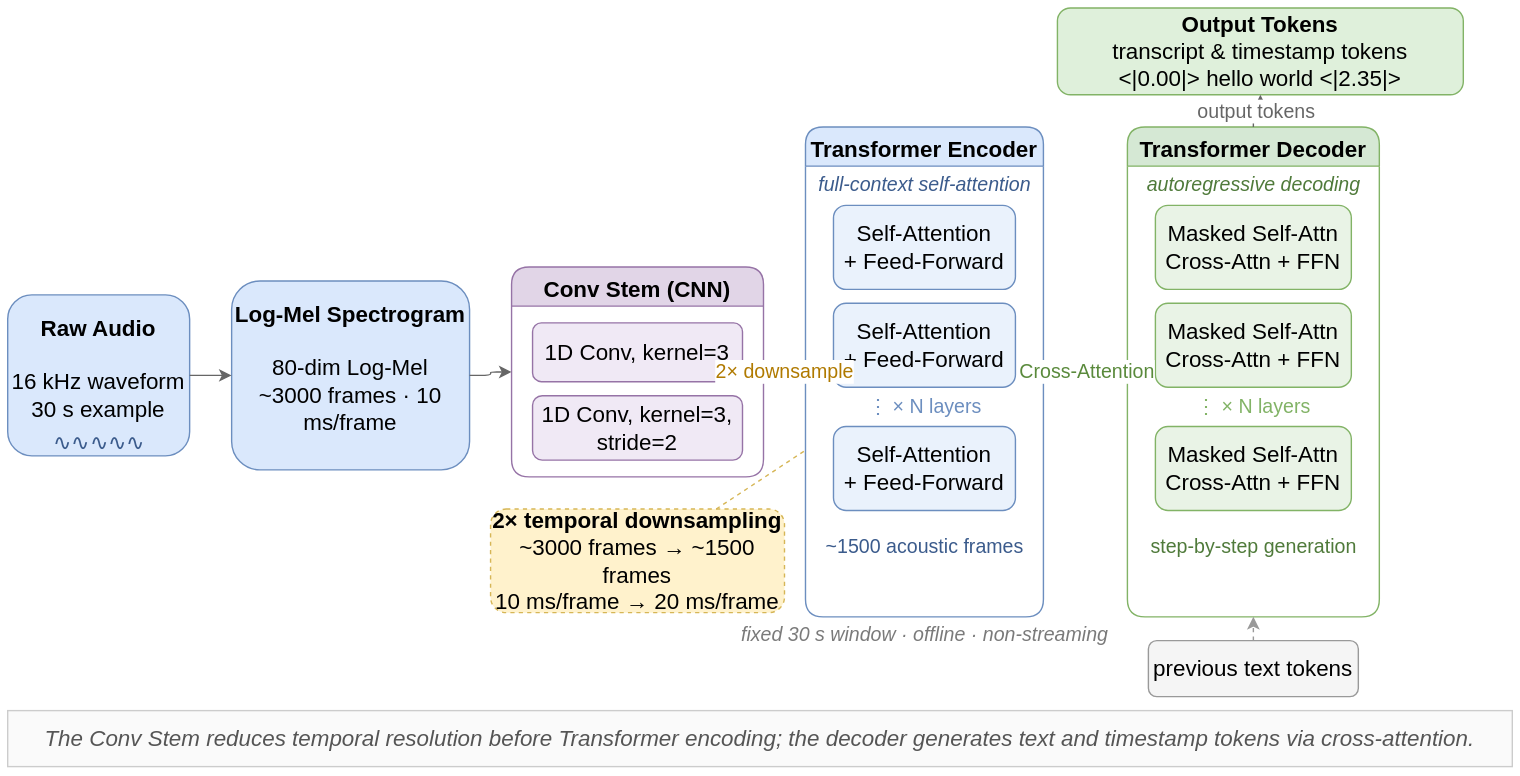
Above: paper/tougao_new/3次调整/attach/drawprompt/pic1.drawio.svg in hua0424/streamllm (draw.io), before the change. Source tidied: cells renumbered, new cells last; positions are measured from the earlier drawing's top-left corner, leaving out a move shared by most shapes. Source of this version:
```xml
<mxGraphModel>
  <root>
    <mxCell id="0" />
    <mxCell id="1" parent="0" />
    <mxCell id="2" value="&lt;font face=&quot;Helvetica&quot; style=&quot;font-size: 16px;&quot;&gt;&lt;b style=&quot;&quot;&gt;Raw Audio&lt;/b&gt;&lt;br&gt;&lt;br&gt;16 kHz waveform&lt;br&gt;30 s example&lt;/font&gt;" style="rounded=1;whiteSpace=wrap;html=1;fillColor=#dae8fc;strokeColor=#6c8ebf;align=center;verticalAlign=top;spacingTop=8;fontSize=12;" parent="1" vertex="1">
      <mxGeometry y="205" width="130" height="115" as="geometry" />
    </mxCell>
    <mxCell id="3" value="∿∿∿∿∿" style="text;html=1;align=center;verticalAlign=middle;fontSize=16;fontColor=#3b5b8c;" parent="1" vertex="1">
      <mxGeometry x="15" y="290" width="100" height="40" as="geometry" />
    </mxCell>
    <mxCell id="4" value="&lt;font face=&quot;Helvetica&quot; style=&quot;font-size: 16px;&quot;&gt;&lt;b style=&quot;&quot;&gt;Log-Mel Spectrogram&lt;/b&gt;&lt;br&gt;&lt;br&gt;80-dim Log-Mel&lt;br&gt;~3000 frames · 10 ms/frame&lt;/font&gt;" style="rounded=1;whiteSpace=wrap;html=1;fillColor=#dae8fc;strokeColor=#6c8ebf;align=center;verticalAlign=top;spacingTop=8;fontSize=12;" parent="1" vertex="1">
      <mxGeometry x="160" y="195" width="170" height="135" as="geometry" />
    </mxCell>
    <mxCell id="5" value="&lt;font face=&quot;Helvetica&quot; style=&quot;font-size: 16px;&quot;&gt;Conv Stem (CNN)&lt;/font&gt;" style="swimlane;rounded=1;whiteSpace=wrap;html=1;fillColor=#e1d5e7;strokeColor=#9673a6;startSize=28;fontSize=12;fontStyle=1;align=center;verticalAlign=top;" parent="1" vertex="1">
      <mxGeometry x="360" y="185" width="180" height="150" as="geometry" />
    </mxCell>
    <mxCell id="6" value="&lt;font face=&quot;Helvetica&quot; style=&quot;font-size: 16px;&quot;&gt;1D Conv, kernel=3&lt;/font&gt;" style="rounded=1;whiteSpace=wrap;html=1;fillColor=#f0e9f5;strokeColor=#9673a6;fontSize=11;" parent="5" vertex="1">
      <mxGeometry x="15" y="40" width="150" height="42" as="geometry" />
    </mxCell>
    <mxCell id="7" value="&lt;font face=&quot;Helvetica&quot; style=&quot;font-size: 16px;&quot;&gt;1D Conv, kernel=3, stride=2&lt;/font&gt;" style="rounded=1;whiteSpace=wrap;html=1;fillColor=#f0e9f5;strokeColor=#9673a6;fontSize=11;" parent="5" vertex="1">
      <mxGeometry x="15" y="92" width="150" height="46" as="geometry" />
    </mxCell>
    <mxCell id="8" value="&lt;font face=&quot;Helvetica&quot; style=&quot;font-size: 16px;&quot;&gt;&lt;b&gt;2× temporal downsampling&lt;/b&gt;&lt;br&gt;~3000 frames → ~1500 frames&lt;br&gt;10 ms/frame → 20 ms/frame&lt;/font&gt;" style="rounded=1;whiteSpace=wrap;html=1;fillColor=#fff2cc;strokeColor=#d6b656;dashed=1;align=center;fontSize=11;" parent="1" vertex="1">
      <mxGeometry x="345" y="358" width="210" height="74" as="geometry" />
    </mxCell>
    <mxCell id="9" value="&lt;font face=&quot;Helvetica&quot; style=&quot;font-size: 16px;&quot;&gt;Transformer Encoder&lt;/font&gt;" style="swimlane;rounded=1;whiteSpace=wrap;html=1;fillColor=#dae8fc;strokeColor=#6c8ebf;startSize=28;fontSize=13;fontStyle=1;align=center;verticalAlign=top;" parent="1" vertex="1">
      <mxGeometry x="570" y="85" width="170" height="350" as="geometry" />
    </mxCell>
    <mxCell id="10" value="&lt;font face=&quot;Helvetica&quot; style=&quot;font-size: 14px;&quot;&gt;full-context self-attention&lt;/font&gt;" style="text;html=1;align=center;verticalAlign=middle;fontSize=11;fontColor=#3b5b8c;fontStyle=2;" parent="9" vertex="1">
      <mxGeometry x="10" y="32" width="150" height="18" as="geometry" />
    </mxCell>
    <mxCell id="11" value="&lt;font face=&quot;Helvetica&quot; style=&quot;font-size: 16px;&quot;&gt;Self-Attention&lt;br&gt;+ Feed-Forward&lt;/font&gt;" style="rounded=1;whiteSpace=wrap;html=1;fillColor=#eaf2fc;strokeColor=#6c8ebf;fontSize=11;" parent="9" vertex="1">
      <mxGeometry x="20" y="56" width="130" height="60" as="geometry" />
    </mxCell>
    <mxCell id="12" value="&lt;font face=&quot;Helvetica&quot; style=&quot;font-size: 16px;&quot;&gt;Self-Attention&lt;br&gt;+ Feed-Forward&lt;/font&gt;" style="rounded=1;whiteSpace=wrap;html=1;fillColor=#eaf2fc;strokeColor=#6c8ebf;fontSize=11;" parent="9" vertex="1">
      <mxGeometry x="20" y="126" width="130" height="60" as="geometry" />
    </mxCell>
    <mxCell id="13" value="&lt;font face=&quot;Helvetica&quot; style=&quot;font-size: 14px;&quot;&gt;⋮  × N layers&lt;/font&gt;" style="text;html=1;align=center;verticalAlign=middle;fontSize=11;fontColor=#6c8ebf;" parent="9" vertex="1">
      <mxGeometry x="20" y="190" width="130" height="20" as="geometry" />
    </mxCell>
    <mxCell id="14" value="&lt;font face=&quot;Helvetica&quot; style=&quot;font-size: 16px;&quot;&gt;Self-Attention&lt;br&gt;+ Feed-Forward&lt;/font&gt;" style="rounded=1;whiteSpace=wrap;html=1;fillColor=#eaf2fc;strokeColor=#6c8ebf;fontSize=11;" parent="9" vertex="1">
      <mxGeometry x="20" y="214" width="130" height="60" as="geometry" />
    </mxCell>
    <mxCell id="15" value="&lt;font face=&quot;Helvetica&quot; style=&quot;font-size: 14px;&quot;&gt;~1500 acoustic frames&lt;/font&gt;" style="text;html=1;align=center;verticalAlign=middle;fontSize=11;fontColor=#3b5b8c;" parent="9" vertex="1">
      <mxGeometry x="10" y="285" width="150" height="30" as="geometry" />
    </mxCell>
    <mxCell id="16" value="&lt;font face=&quot;Helvetica&quot; style=&quot;font-size: 14px;&quot;&gt;fixed 30 s window · offline · non-streaming&lt;/font&gt;" style="text;html=1;align=center;verticalAlign=middle;fontSize=11;fontColor=#7a7a7a;fontStyle=2;" parent="1" vertex="1">
      <mxGeometry x="560" y="440" width="190" height="16" as="geometry" />
    </mxCell>
    <mxCell id="17" value="&lt;font face=&quot;Helvetica&quot; style=&quot;font-size: 16px;&quot;&gt;Transformer Decoder&lt;/font&gt;" style="swimlane;rounded=1;whiteSpace=wrap;html=1;fillColor=#d5e8d4;strokeColor=#82b366;startSize=28;fontSize=13;fontStyle=1;align=center;verticalAlign=top;" parent="1" vertex="1">
      <mxGeometry x="800" y="85" width="180" height="350" as="geometry" />
    </mxCell>
    <mxCell id="18" value="&lt;font face=&quot;Helvetica&quot; style=&quot;font-size: 14px;&quot;&gt;autoregressive decoding&lt;/font&gt;" style="text;html=1;align=center;verticalAlign=middle;fontSize=11;fontColor=#4f7a3a;fontStyle=2;" parent="17" vertex="1">
      <mxGeometry x="10" y="32" width="160" height="18" as="geometry" />
    </mxCell>
    <mxCell id="19" value="&lt;font face=&quot;Helvetica&quot; style=&quot;font-size: 16px;&quot;&gt;Masked Self-Attn&lt;br&gt;Cross-Attn + FFN&lt;/font&gt;" style="rounded=1;whiteSpace=wrap;html=1;fillColor=#e9f3e6;strokeColor=#82b366;fontSize=11;" parent="17" vertex="1">
      <mxGeometry x="20" y="56" width="140" height="60" as="geometry" />
    </mxCell>
    <mxCell id="20" value="&lt;font face=&quot;Helvetica&quot; style=&quot;font-size: 16px;&quot;&gt;Masked Self-Attn&lt;br&gt;Cross-Attn + FFN&lt;/font&gt;" style="rounded=1;whiteSpace=wrap;html=1;fillColor=#e9f3e6;strokeColor=#82b366;fontSize=11;" parent="17" vertex="1">
      <mxGeometry x="20" y="126" width="140" height="60" as="geometry" />
    </mxCell>
    <mxCell id="21" value="&lt;font face=&quot;Helvetica&quot; style=&quot;font-size: 14px;&quot;&gt;⋮  × N layers&lt;/font&gt;" style="text;html=1;align=center;verticalAlign=middle;fontSize=11;fontColor=#82b366;" parent="17" vertex="1">
      <mxGeometry x="20" y="190" width="140" height="20" as="geometry" />
    </mxCell>
    <mxCell id="22" value="&lt;font face=&quot;Helvetica&quot; style=&quot;font-size: 16px;&quot;&gt;Masked Self-Attn&lt;br&gt;Cross-Attn + FFN&lt;/font&gt;" style="rounded=1;whiteSpace=wrap;html=1;fillColor=#e9f3e6;strokeColor=#82b366;fontSize=11;" parent="17" vertex="1">
      <mxGeometry x="20" y="214" width="140" height="60" as="geometry" />
    </mxCell>
    <mxCell id="23" value="&lt;font face=&quot;Helvetica&quot; style=&quot;font-size: 14px;&quot;&gt;step-by-step generation&lt;/font&gt;" style="text;html=1;align=center;verticalAlign=middle;fontSize=11;fontColor=#4f7a3a;" parent="17" vertex="1">
      <mxGeometry x="10" y="285" width="160" height="30" as="geometry" />
    </mxCell>
    <mxCell id="24" value="&lt;font face=&quot;Helvetica&quot; style=&quot;font-size: 16px;&quot;&gt;previous text tokens&lt;/font&gt;" style="rounded=1;whiteSpace=wrap;html=1;fillColor=#f5f5f5;strokeColor=#999999;fontSize=11;" parent="1" vertex="1">
      <mxGeometry x="815" y="452" width="150" height="40" as="geometry" />
    </mxCell>
    <mxCell id="25" value="&lt;font face=&quot;Helvetica&quot; style=&quot;font-size: 16px;&quot;&gt;&lt;b&gt;Output Tokens&lt;/b&gt;&lt;br&gt;transcript &amp;amp; timestamp tokens&lt;br&gt;&amp;lt;|0.00|&amp;gt; hello world &amp;lt;|2.35|&amp;gt;&lt;/font&gt;" style="rounded=1;whiteSpace=wrap;html=1;fillColor=#dff0db;strokeColor=#82b366;align=center;verticalAlign=middle;fontSize=11;" parent="1" vertex="1">
      <mxGeometry x="750" width="290" height="62" as="geometry" />
    </mxCell>
    <mxCell id="26" value="&lt;font face=&quot;Helvetica&quot; style=&quot;font-size: 16px;&quot;&gt;The Conv Stem reduces temporal resolution before Transformer encoding; the decoder generates text and timestamp tokens via cross-attention.&lt;/font&gt;" style="rounded=0;whiteSpace=wrap;html=1;fillColor=#fafafa;strokeColor=#cccccc;align=center;verticalAlign=middle;fontSize=11;fontStyle=2;fontColor=#555555;" parent="1" vertex="1">
      <mxGeometry y="502" width="1075" height="40" as="geometry" />
    </mxCell>
    <mxCell id="27" style="edgeStyle=orthogonalEdgeStyle;rounded=1;html=1;endArrow=classic;strokeColor=#666666;" parent="1" edge="1" source="2" target="4">
      <mxGeometry relative="1" as="geometry" />
    </mxCell>
    <mxCell id="28" style="edgeStyle=orthogonalEdgeStyle;rounded=1;html=1;endArrow=classic;strokeColor=#666666;" parent="1" edge="1" source="4" target="5">
      <mxGeometry relative="1" as="geometry" />
    </mxCell>
    <mxCell id="29" value="&lt;font face=&quot;Helvetica&quot; style=&quot;font-size: 14px;&quot;&gt;2× downsample&lt;/font&gt;" style="edgeStyle=orthogonalEdgeStyle;rounded=1;html=1;endArrow=classic;strokeColor=#666666;strokeWidth=2.5;fontSize=11;fontColor=#b07a00;exitX=1;exitY=0.5;exitDx=0;exitDy=0;entryX=0;entryY=0.5;entryDx=0;entryDy=0;" parent="1" edge="1" source="5" target="9">
      <mxGeometry relative="1" as="geometry" />
    </mxCell>
    <mxCell id="30" value="&lt;font face=&quot;Helvetica&quot; style=&quot;font-size: 14px;&quot;&gt;Cross-Attention&lt;/font&gt;" style="edgeStyle=orthogonalEdgeStyle;rounded=1;html=1;endArrow=classic;strokeColor=#82b366;strokeWidth=2;fontSize=11;fontColor=#5a8a3c;exitX=1;exitY=0.5;exitDx=0;exitDy=0;entryX=0;entryY=0.5;entryDx=0;entryDy=0;" parent="1" edge="1" source="9" target="17">
      <mxGeometry relative="1" as="geometry" />
    </mxCell>
    <mxCell id="31" value="&lt;font face=&quot;Helvetica&quot; style=&quot;font-size: 14px;&quot;&gt;output tokens&lt;/font&gt;" style="edgeStyle=orthogonalEdgeStyle;rounded=1;html=1;endArrow=classic;strokeColor=#666666;fontSize=11;fontColor=#666666;exitX=0.5;exitY=0;exitDx=0;exitDy=0;entryX=0.5;entryY=1;entryDx=0;entryDy=0;" parent="1" edge="1" source="17" target="25">
      <mxGeometry relative="1" as="geometry" />
    </mxCell>
    <mxCell id="32" style="edgeStyle=orthogonalEdgeStyle;rounded=1;html=1;endArrow=classic;strokeColor=#999999;dashed=1;exitX=0.5;exitY=0;exitDx=0;exitDy=0;entryX=0.5;entryY=1;entryDx=0;entryDy=0;" parent="1" edge="1" source="24" target="17">
      <mxGeometry relative="1" as="geometry" />
    </mxCell>
    <mxCell id="33" style="edgeStyle=none;html=1;endArrow=none;dashed=1;strokeColor=#d6b656;" parent="1" edge="1" source="8" target="9">
      <mxGeometry relative="1" as="geometry" />
    </mxCell>
  </root>
</mxGraphModel>
```
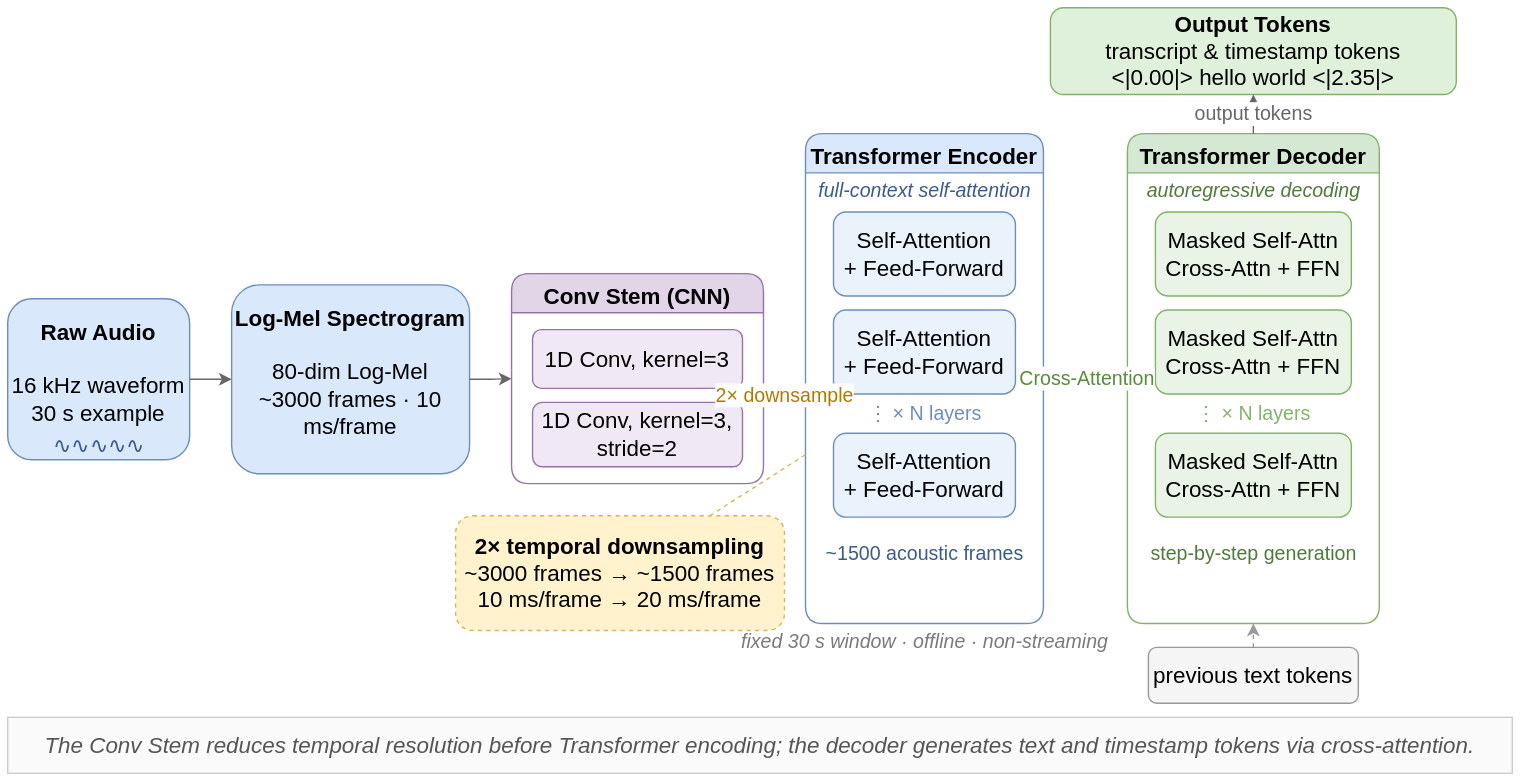
Later version of the same file.

Change to the diagram source:
```diff
@@ -3,13 +3,13 @@
     <mxCell id="0" />
     <mxCell id="1" parent="0" />
     <mxCell id="2" value="&lt;font face=&quot;Helvetica&quot; style=&quot;font-size: 16px;&quot;&gt;&lt;b style=&quot;&quot;&gt;Raw Audio&lt;/b&gt;&lt;br&gt;&lt;br&gt;16 kHz waveform&lt;br&gt;30 s example&lt;/font&gt;" style="rounded=1;whiteSpace=wrap;html=1;fillColor=#dae8fc;strokeColor=#6c8ebf;align=center;verticalAlign=top;spacingTop=8;fontSize=12;" parent="1" vertex="1">
-      <mxGeometry y="205" width="130" height="115" as="geometry" />
+      <mxGeometry y="203" width="130" height="115" as="geometry" />
     </mxCell>
     <mxCell id="3" value="∿∿∿∿∿" style="text;html=1;align=center;verticalAlign=middle;fontSize=16;fontColor=#3b5b8c;" parent="1" vertex="1">
-      <mxGeometry x="15" y="290" width="100" height="40" as="geometry" />
+      <mxGeometry x="15" y="288" width="100" height="40" as="geometry" />
     </mxCell>
     <mxCell id="4" value="&lt;font face=&quot;Helvetica&quot; style=&quot;font-size: 16px;&quot;&gt;&lt;b style=&quot;&quot;&gt;Log-Mel Spectrogram&lt;/b&gt;&lt;br&gt;&lt;br&gt;80-dim Log-Mel&lt;br&gt;~3000 frames · 10 ms/frame&lt;/font&gt;" style="rounded=1;whiteSpace=wrap;html=1;fillColor=#dae8fc;strokeColor=#6c8ebf;align=center;verticalAlign=top;spacingTop=8;fontSize=12;" parent="1" vertex="1">
-      <mxGeometry x="160" y="195" width="170" height="135" as="geometry" />
+      <mxGeometry x="160" y="193" width="170" height="135" as="geometry" />
     </mxCell>
     <mxCell id="5" value="&lt;font face=&quot;Helvetica&quot; style=&quot;font-size: 16px;&quot;&gt;Conv Stem (CNN)&lt;/font&gt;" style="swimlane;rounded=1;whiteSpace=wrap;html=1;fillColor=#e1d5e7;strokeColor=#9673a6;startSize=28;fontSize=12;fontStyle=1;align=center;verticalAlign=top;" parent="1" vertex="1">
       <mxGeometry x="360" y="185" width="180" height="150" as="geometry" />
@@ -21,7 +21,7 @@
       <mxGeometry x="15" y="92" width="150" height="46" as="geometry" />
     </mxCell>
     <mxCell id="8" value="&lt;font face=&quot;Helvetica&quot; style=&quot;font-size: 16px;&quot;&gt;&lt;b&gt;2× temporal downsampling&lt;/b&gt;&lt;br&gt;~3000 frames → ~1500 frames&lt;br&gt;10 ms/frame → 20 ms/frame&lt;/font&gt;" style="rounded=1;whiteSpace=wrap;html=1;fillColor=#fff2cc;strokeColor=#d6b656;dashed=1;align=center;fontSize=11;" parent="1" vertex="1">
-      <mxGeometry x="345" y="358" width="210" height="74" as="geometry" />
+      <mxGeometry x="320" y="358" width="235" height="82" as="geometry" />
     </mxCell>
     <mxCell id="9" value="&lt;font face=&quot;Helvetica&quot; style=&quot;font-size: 16px;&quot;&gt;Transformer Encoder&lt;/font&gt;" style="swimlane;rounded=1;whiteSpace=wrap;html=1;fillColor=#dae8fc;strokeColor=#6c8ebf;startSize=28;fontSize=13;fontStyle=1;align=center;verticalAlign=top;" parent="1" vertex="1">
       <mxGeometry x="570" y="85" width="170" height="350" as="geometry" />
@@ -72,7 +72,7 @@
       <mxGeometry x="815" y="452" width="150" height="40" as="geometry" />
     </mxCell>
     <mxCell id="25" value="&lt;font face=&quot;Helvetica&quot; style=&quot;font-size: 16px;&quot;&gt;&lt;b&gt;Output Tokens&lt;/b&gt;&lt;br&gt;transcript &amp;amp; timestamp tokens&lt;br&gt;&amp;lt;|0.00|&amp;gt; hello world &amp;lt;|2.35|&amp;gt;&lt;/font&gt;" style="rounded=1;whiteSpace=wrap;html=1;fillColor=#dff0db;strokeColor=#82b366;align=center;verticalAlign=middle;fontSize=11;" parent="1" vertex="1">
-      <mxGeometry x="750" width="290" height="62" as="geometry" />
+      <mxGeometry x="745" y="-5" width="290" height="62" as="geometry" />
     </mxCell>
     <mxCell id="26" value="&lt;font face=&quot;Helvetica&quot; style=&quot;font-size: 16px;&quot;&gt;The Conv Stem reduces temporal resolution before Transformer encoding; the decoder generates text and timestamp tokens via cross-attention.&lt;/font&gt;" style="rounded=0;whiteSpace=wrap;html=1;fillColor=#fafafa;strokeColor=#cccccc;align=center;verticalAlign=middle;fontSize=11;fontStyle=2;fontColor=#555555;" parent="1" vertex="1">
       <mxGeometry y="502" width="1075" height="40" as="geometry" />
@@ -83,8 +83,11 @@
     <mxCell id="28" style="edgeStyle=orthogonalEdgeStyle;rounded=1;html=1;endArrow=classic;strokeColor=#666666;" parent="1" edge="1" source="4" target="5">
       <mxGeometry relative="1" as="geometry" />
     </mxCell>
-    <mxCell id="29" value="&lt;font face=&quot;Helvetica&quot; style=&quot;font-size: 14px;&quot;&gt;2× downsample&lt;/font&gt;" style="edgeStyle=orthogonalEdgeStyle;rounded=1;html=1;endArrow=classic;strokeColor=#666666;strokeWidth=2.5;fontSize=11;fontColor=#b07a00;exitX=1;exitY=0.5;exitDx=0;exitDy=0;entryX=0;entryY=0.5;entryDx=0;entryDy=0;" parent="1" edge="1" source="5" target="9">
-      <mxGeometry relative="1" as="geometry" />
+    <mxCell id="29" value="&lt;font face=&quot;Helvetica&quot; style=&quot;font-size: 14px;&quot;&gt;2× downsample&lt;/font&gt;" style="edgeStyle=orthogonalEdgeStyle;rounded=1;html=1;endArrow=classic;strokeColor=#666666;strokeWidth=2.5;fontSize=11;fontColor=#b07a00;exitX=1;exitY=0.5;exitDx=0;exitDy=0;entryX=0;entryY=0.5;entryDx=0;entryDy=0;" parent="1" edge="1">
+      <mxGeometry relative="1" as="geometry">
+        <mxPoint x="540" y="272" as="sourcePoint" />
+        <mxPoint x="570" y="272" as="targetPoint" />
+      </mxGeometry>
     </mxCell>
     <mxCell id="30" value="&lt;font face=&quot;Helvetica&quot; style=&quot;font-size: 14px;&quot;&gt;Cross-Attention&lt;/font&gt;" style="edgeStyle=orthogonalEdgeStyle;rounded=1;html=1;endArrow=classic;strokeColor=#82b366;strokeWidth=2;fontSize=11;fontColor=#5a8a3c;exitX=1;exitY=0.5;exitDx=0;exitDy=0;entryX=0;entryY=0.5;entryDx=0;entryDy=0;" parent="1" edge="1" source="9" target="17">
       <mxGeometry relative="1" as="geometry" />
```
